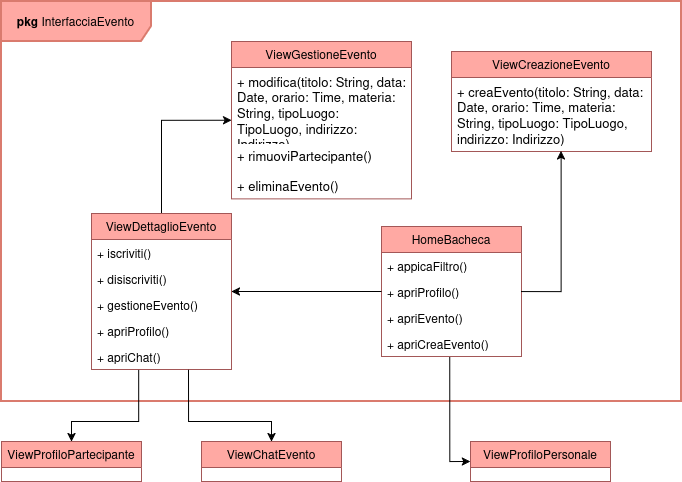
The draw.io diagram latex/images/diagramma-di-dettaglio-interfaccia-evento.png in federicoporpora/studyLink, before a commit. Source tidied: cells renumbered, new cells last; positions are measured from the earlier drawing's top-left corner, leaving out a move shared by most shapes. Its diagram source:
```xml
<mxGraphModel>
  <root>
    <mxCell id="0" />
    <mxCell id="1" parent="0" />
    <mxCell id="2" value="&lt;b&gt;pkg &lt;/b&gt;InterfacciaEvento" style="shape=umlFrame;whiteSpace=wrap;html=1;width=150;height=40;fillColor=#FFA9A3;strokeColor=#DA7B6E;strokeWidth=2;" parent="1" vertex="1">
      <mxGeometry width="680" height="400" as="geometry" />
    </mxCell>
    <mxCell id="3" value="HomeBacheca" style="swimlane;fontStyle=0;horizontal=1;startSize=26;fillColor=#FFA9A3;whiteSpace=wrap;html=1;strokeColor=#A35757;" parent="1" vertex="1">
      <mxGeometry x="380" y="225" width="140" height="130" as="geometry" />
    </mxCell>
    <mxCell id="4" value="+ appicaFiltro()" style="text;strokeColor=none;fillColor=none;align=left;verticalAlign=top;spacingLeft=4;spacingRight=4;overflow=hidden;whiteSpace=wrap;html=1;" parent="3" vertex="1">
      <mxGeometry y="26" width="140" height="26" as="geometry" />
    </mxCell>
    <mxCell id="5" value="+ apriProfilo()" style="text;strokeColor=none;fillColor=none;align=left;verticalAlign=top;spacingLeft=4;spacingRight=4;overflow=hidden;whiteSpace=wrap;html=1;" parent="3" vertex="1">
      <mxGeometry y="52" width="140" height="26" as="geometry" />
    </mxCell>
    <mxCell id="6" value="+ apriEvento()" style="text;strokeColor=none;fillColor=none;align=left;verticalAlign=top;spacingLeft=4;spacingRight=4;overflow=hidden;whiteSpace=wrap;html=1;" parent="3" vertex="1">
      <mxGeometry y="78" width="140" height="26" as="geometry" />
    </mxCell>
    <mxCell id="7" value="+ apriCreaEvento()" style="text;strokeColor=none;fillColor=none;align=left;verticalAlign=top;spacingLeft=4;spacingRight=4;overflow=hidden;points=[[0,0.5],[1,0.5]];portConstraint=eastwest;whiteSpace=wrap;html=1;" parent="3" vertex="1">
      <mxGeometry y="104" width="140" height="26" as="geometry" />
    </mxCell>
    <mxCell id="8" value="ViewCreazioneEvento" style="swimlane;fontStyle=0;horizontal=1;startSize=26;fillColor=#FFA9A3;whiteSpace=wrap;html=1;strokeColor=#A35757;" parent="1" vertex="1">
      <mxGeometry x="450" y="50" width="200" height="100" as="geometry" />
    </mxCell>
    <mxCell id="9" value="+ creaEvento(titolo: String, data: Date, orario: Time, materia: String, tipoLuogo: TipoLuogo, indirizzo: Indirizzo)" style="text;strokeColor=none;fillColor=none;align=left;verticalAlign=top;spacingLeft=4;spacingRight=4;overflow=hidden;points=[[0,0.5],[1,0.5]];portConstraint=eastwest;whiteSpace=wrap;html=1;fontColor=light-dark(#000000,#000000);fontStyle=0;fontSize=13;" parent="8" vertex="1">
      <mxGeometry y="26" width="200" height="74" as="geometry" />
    </mxCell>
    <mxCell id="10" style="edgeStyle=orthogonalEdgeStyle;rounded=0;jettySize=auto;html=1;exitX=0.5;exitY=0;exitDx=0;exitDy=0;entryX=0;entryY=0.5;entryDx=0;entryDy=0;" parent="1" edge="1" source="11" target="17">
      <mxGeometry relative="1" as="geometry" />
    </mxCell>
    <mxCell id="11" value="ViewDettaglioEvento" style="swimlane;fontStyle=0;horizontal=1;startSize=26;fillColor=#FFA9A3;whiteSpace=wrap;html=1;strokeColor=#A35757;" parent="1" vertex="1">
      <mxGeometry x="90" y="212" width="140" height="156" as="geometry" />
    </mxCell>
    <mxCell id="12" value="+ iscriviti()" style="text;strokeColor=none;fillColor=none;align=left;verticalAlign=top;spacingLeft=4;spacingRight=4;overflow=hidden;whiteSpace=wrap;html=1;" parent="11" vertex="1">
      <mxGeometry y="26" width="140" height="26" as="geometry" />
    </mxCell>
    <mxCell id="13" value="+ disiscriviti()" style="text;strokeColor=none;fillColor=none;align=left;verticalAlign=top;spacingLeft=4;spacingRight=4;overflow=hidden;whiteSpace=wrap;html=1;" parent="11" vertex="1">
      <mxGeometry y="52" width="140" height="26" as="geometry" />
    </mxCell>
    <mxCell id="14" value="+ gestioneEvento()" style="text;strokeColor=none;fillColor=none;align=left;verticalAlign=top;spacingLeft=4;spacingRight=4;overflow=hidden;whiteSpace=wrap;html=1;" parent="11" vertex="1">
      <mxGeometry y="78" width="140" height="26" as="geometry" />
    </mxCell>
    <mxCell id="15" value="+ apriProfilo()" style="text;strokeColor=none;fillColor=none;align=left;verticalAlign=top;spacingLeft=4;spacingRight=4;overflow=hidden;whiteSpace=wrap;html=1;" parent="11" vertex="1">
      <mxGeometry y="104" width="140" height="26" as="geometry" />
    </mxCell>
    <mxCell id="16" value="+ apriChat()" style="text;strokeColor=none;fillColor=none;align=left;verticalAlign=top;spacingLeft=4;spacingRight=4;overflow=hidden;points=[[0,0.5],[1,0.5]];portConstraint=eastwest;whiteSpace=wrap;html=1;" parent="11" vertex="1">
      <mxGeometry y="130" width="140" height="26" as="geometry" />
    </mxCell>
    <mxCell id="17" value="ViewGestioneEvento" style="swimlane;fontStyle=0;horizontal=1;startSize=26;fillColor=#FFA9A3;whiteSpace=wrap;html=1;strokeColor=#A35757;" parent="1" vertex="1">
      <mxGeometry x="230" y="40" width="180" height="157.4" as="geometry" />
    </mxCell>
    <mxCell id="18" value="+ modifica(titolo: String, data: Date, orario: Time, materia: String, tipoLuogo: TipoLuogo, indirizzo: Indirizzo)" style="text;strokeColor=none;fillColor=none;align=left;verticalAlign=top;spacingLeft=4;spacingRight=4;overflow=hidden;whiteSpace=wrap;html=1;fontColor=light-dark(#000000,#000000);fontStyle=0;fontSize=13;" parent="17" vertex="1">
      <mxGeometry y="26" width="180" height="74" as="geometry" />
    </mxCell>
    <mxCell id="19" value="&lt;font style=&quot;color: light-dark(rgb(0, 0, 0), rgb(0, 0, 0));&quot;&gt;&lt;span style=&quot;font-size: 13px;&quot;&gt;+ rimuoviPartecipante()&lt;/span&gt;&lt;/font&gt;" style="text;strokeColor=none;fillColor=none;align=left;verticalAlign=top;spacingLeft=4;spacingRight=4;overflow=hidden;whiteSpace=wrap;html=1;" parent="17" vertex="1">
      <mxGeometry y="100" width="180" height="30" as="geometry" />
    </mxCell>
    <mxCell id="20" value="&lt;font style=&quot;color: light-dark(rgb(0, 0, 0), rgb(0, 0, 0));&quot;&gt;&lt;span style=&quot;font-size: 13px;&quot;&gt;+ eliminaEvento()&lt;/span&gt;&lt;/font&gt;" style="text;strokeColor=none;fillColor=none;align=left;verticalAlign=top;spacingLeft=4;spacingRight=4;overflow=hidden;whiteSpace=wrap;html=1;" parent="17" vertex="1">
      <mxGeometry y="130" width="180" height="27.4" as="geometry" />
    </mxCell>
    <mxCell id="21" style="edgeStyle=orthogonalEdgeStyle;rounded=0;jettySize=auto;html=1;exitX=1;exitY=0.5;exitDx=0;exitDy=0;entryX=0.548;entryY=0.991;entryDx=0;entryDy=0;entryPerimeter=0;" parent="1" edge="1" source="3" target="9">
      <mxGeometry relative="1" as="geometry" />
    </mxCell>
    <mxCell id="22" style="edgeStyle=orthogonalEdgeStyle;rounded=0;jettySize=auto;html=1;exitX=0;exitY=0.5;exitDx=0;exitDy=0;entryX=1;entryY=0.5;entryDx=0;entryDy=0;" parent="1" edge="1" source="3" target="11">
      <mxGeometry relative="1" as="geometry" />
    </mxCell>
    <mxCell id="23" value="ViewProfiloPersonale" style="swimlane;fontStyle=0;horizontal=1;startSize=26;fillColor=#FFA9A3;whiteSpace=wrap;html=1;strokeColor=#A35757;" parent="1" vertex="1">
      <mxGeometry x="469" y="440" width="140" height="40" as="geometry" />
    </mxCell>
    <mxCell id="24" value="ViewProfiloPartecipante" style="swimlane;fontStyle=0;horizontal=1;startSize=26;fillColor=#FFA9A3;whiteSpace=wrap;html=1;strokeColor=#A35757;" parent="1" vertex="1">
      <mxGeometry y="440" width="140" height="40" as="geometry" />
    </mxCell>
    <mxCell id="25" style="edgeStyle=orthogonalEdgeStyle;rounded=0;jettySize=auto;html=1;exitX=0.5;exitY=0;exitDx=0;exitDy=0;startArrow=classic;startFill=1;endArrow=none;endFill=0;entryX=0.337;entryY=1.012;entryDx=0;entryDy=0;entryPerimeter=0;" parent="1" edge="1" source="24" target="16">
      <mxGeometry relative="1" as="geometry">
        <Array as="points">
          <mxPoint x="70" y="420" />
          <mxPoint x="137" y="420" />
        </Array>
      </mxGeometry>
    </mxCell>
    <mxCell id="26" style="edgeStyle=orthogonalEdgeStyle;rounded=0;jettySize=auto;html=1;exitX=0;exitY=0.5;exitDx=0;exitDy=0;endArrow=none;endFill=0;startArrow=classic;startFill=1;entryX=0.487;entryY=1.019;entryDx=0;entryDy=0;entryPerimeter=0;" parent="1" edge="1" source="23" target="7">
      <mxGeometry relative="1" as="geometry" />
    </mxCell>
    <mxCell id="27" value="ViewChatEvento" style="swimlane;fontStyle=0;horizontal=1;startSize=26;fillColor=#FFA9A3;whiteSpace=wrap;html=1;strokeColor=#A35757;" parent="1" vertex="1">
      <mxGeometry x="200" y="440" width="140" height="40" as="geometry" />
    </mxCell>
    <mxCell id="28" style="edgeStyle=orthogonalEdgeStyle;rounded=0;jettySize=auto;html=1;exitX=0.5;exitY=0;exitDx=0;exitDy=0;entryX=0.693;entryY=1.012;entryDx=0;entryDy=0;entryPerimeter=0;endArrow=none;endFill=0;startArrow=classic;startFill=1;" parent="1" edge="1" source="27" target="16">
      <mxGeometry relative="1" as="geometry">
        <Array as="points">
          <mxPoint x="270" y="420" />
          <mxPoint x="187" y="420" />
        </Array>
      </mxGeometry>
    </mxCell>
  </root>
</mxGraphModel>
```
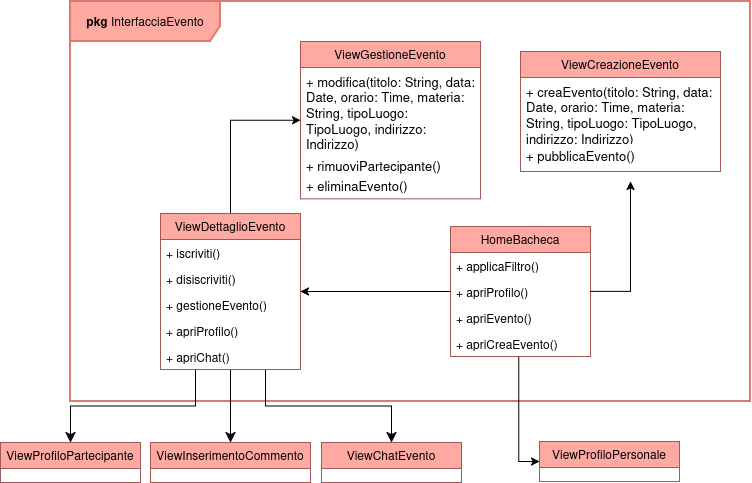
After the change.

What changed in the source:
```diff
@@ -8,7 +8,7 @@
     <mxCell id="3" value="HomeBacheca" style="swimlane;fontStyle=0;horizontal=1;startSize=26;fillColor=#FFA9A3;whiteSpace=wrap;html=1;strokeColor=#A35757;" parent="1" vertex="1">
       <mxGeometry x="380" y="225" width="140" height="130" as="geometry" />
     </mxCell>
-    <mxCell id="4" value="+ appicaFiltro()" style="text;strokeColor=none;fillColor=none;align=left;verticalAlign=top;spacingLeft=4;spacingRight=4;overflow=hidden;whiteSpace=wrap;html=1;" parent="3" vertex="1">
+    <mxCell id="4" value="+ applicaFiltro()" style="text;strokeColor=none;fillColor=none;align=left;verticalAlign=top;spacingLeft=4;spacingRight=4;overflow=hidden;whiteSpace=wrap;html=1;" parent="3" vertex="1">
       <mxGeometry y="26" width="140" height="26" as="geometry" />
     </mxCell>
     <mxCell id="5" value="+ apriProfilo()" style="text;strokeColor=none;fillColor=none;align=left;verticalAlign=top;spacingLeft=4;spacingRight=4;overflow=hidden;whiteSpace=wrap;html=1;" parent="3" vertex="1">
@@ -21,14 +21,26 @@
       <mxGeometry y="104" width="140" height="26" as="geometry" />
     </mxCell>
     <mxCell id="8" value="ViewCreazioneEvento" style="swimlane;fontStyle=0;horizontal=1;startSize=26;fillColor=#FFA9A3;whiteSpace=wrap;html=1;strokeColor=#A35757;" parent="1" vertex="1">
-      <mxGeometry x="450" y="50" width="200" height="100" as="geometry" />
+      <mxGeometry x="450" y="50" width="200" height="120" as="geometry" />
     </mxCell>
     <mxCell id="9" value="+ creaEvento(titolo: String, data: Date, orario: Time, materia: String, tipoLuogo: TipoLuogo, indirizzo: Indirizzo)" style="text;strokeColor=none;fillColor=none;align=left;verticalAlign=top;spacingLeft=4;spacingRight=4;overflow=hidden;points=[[0,0.5],[1,0.5]];portConstraint=eastwest;whiteSpace=wrap;html=1;fontColor=light-dark(#000000,#000000);fontStyle=0;fontSize=13;" parent="8" vertex="1">
-      <mxGeometry y="26" width="200" height="74" as="geometry" />
+      <mxGeometry y="26" width="200" height="64" as="geometry" />
     </mxCell>
+    <mxCell id="29" value="&lt;font style=&quot;font-size: 13px;&quot;&gt;+ pubblicaEvento()&lt;/font&gt;" style="text;strokeColor=none;fillColor=none;align=left;verticalAlign=top;spacingLeft=4;spacingRight=4;overflow=hidden;whiteSpace=wrap;html=1;" parent="8" vertex="1">
+      <mxGeometry y="90" width="200" height="30" as="geometry" />
+    </mxCell>
     <mxCell id="10" style="edgeStyle=orthogonalEdgeStyle;rounded=0;jettySize=auto;html=1;exitX=0.5;exitY=0;exitDx=0;exitDy=0;entryX=0;entryY=0.5;entryDx=0;entryDy=0;" parent="1" edge="1" source="11" target="17">
       <mxGeometry relative="1" as="geometry" />
     </mxCell>
+    <mxCell id="30" style="edgeStyle=orthogonalEdgeStyle;rounded=0;jettySize=auto;html=1;exitX=0.5;exitY=1;exitDx=0;exitDy=0;fontSize=12;startSize=8;endSize=8;" parent="1" edge="1" source="11" target="33">
+      <mxGeometry relative="1" as="geometry" />
+    </mxCell>
+    <mxCell id="31" style="edgeStyle=orthogonalEdgeStyle;rounded=0;jettySize=auto;html=1;exitX=0.75;exitY=1;exitDx=0;exitDy=0;fontSize=12;startSize=8;endSize=8;" parent="1" edge="1" source="11" target="27">
+      <mxGeometry relative="1" as="geometry" />
+    </mxCell>
+    <mxCell id="32" style="edgeStyle=orthogonalEdgeStyle;rounded=0;jettySize=auto;html=1;exitX=0.25;exitY=1;exitDx=0;exitDy=0;fontSize=12;startSize=8;endSize=8;" parent="1" edge="1" source="11" target="24">
+      <mxGeometry relative="1" as="geometry" />
+    </mxCell>
     <mxCell id="11" value="ViewDettaglioEvento" style="swimlane;fontStyle=0;horizontal=1;startSize=26;fillColor=#FFA9A3;whiteSpace=wrap;html=1;strokeColor=#A35757;" parent="1" vertex="1">
       <mxGeometry x="90" y="212" width="140" height="156" as="geometry" />
     </mxCell>
@@ -51,16 +63,18 @@
       <mxGeometry x="230" y="40" width="180" height="157.4" as="geometry" />
     </mxCell>
     <mxCell id="18" value="+ modifica(titolo: String, data: Date, orario: Time, materia: String, tipoLuogo: TipoLuogo, indirizzo: Indirizzo)" style="text;strokeColor=none;fillColor=none;align=left;verticalAlign=top;spacingLeft=4;spacingRight=4;overflow=hidden;whiteSpace=wrap;html=1;fontColor=light-dark(#000000,#000000);fontStyle=0;fontSize=13;" parent="17" vertex="1">
-      <mxGeometry y="26" width="180" height="74" as="geometry" />
+      <mxGeometry y="26" width="180" height="84" as="geometry" />
     </mxCell>
     <mxCell id="19" value="&lt;font style=&quot;color: light-dark(rgb(0, 0, 0), rgb(0, 0, 0));&quot;&gt;&lt;span style=&quot;font-size: 13px;&quot;&gt;+ rimuoviPartecipante()&lt;/span&gt;&lt;/font&gt;" style="text;strokeColor=none;fillColor=none;align=left;verticalAlign=top;spacingLeft=4;spacingRight=4;overflow=hidden;whiteSpace=wrap;html=1;" parent="17" vertex="1">
-      <mxGeometry y="100" width="180" height="30" as="geometry" />
+      <mxGeometry y="110" width="180" height="20" as="geometry" />
     </mxCell>
     <mxCell id="20" value="&lt;font style=&quot;color: light-dark(rgb(0, 0, 0), rgb(0, 0, 0));&quot;&gt;&lt;span style=&quot;font-size: 13px;&quot;&gt;+ eliminaEvento()&lt;/span&gt;&lt;/font&gt;" style="text;strokeColor=none;fillColor=none;align=left;verticalAlign=top;spacingLeft=4;spacingRight=4;overflow=hidden;whiteSpace=wrap;html=1;" parent="17" vertex="1">
       <mxGeometry y="130" width="180" height="27.4" as="geometry" />
     </mxCell>
-    <mxCell id="21" style="edgeStyle=orthogonalEdgeStyle;rounded=0;jettySize=auto;html=1;exitX=1;exitY=0.5;exitDx=0;exitDy=0;entryX=0.548;entryY=0.991;entryDx=0;entryDy=0;entryPerimeter=0;" parent="1" edge="1" source="3" target="9">
-      <mxGeometry relative="1" as="geometry" />
+    <mxCell id="21" style="edgeStyle=orthogonalEdgeStyle;rounded=0;jettySize=auto;html=1;exitX=1;exitY=0.5;exitDx=0;exitDy=0;" parent="1" edge="1" source="3">
+      <mxGeometry relative="1" as="geometry">
+        <mxPoint x="560" y="180" as="targetPoint" />
+      </mxGeometry>
     </mxCell>
     <mxCell id="22" style="edgeStyle=orthogonalEdgeStyle;rounded=0;jettySize=auto;html=1;exitX=0;exitY=0.5;exitDx=0;exitDy=0;entryX=1;entryY=0.5;entryDx=0;entryDy=0;" parent="1" edge="1" source="3" target="11">
       <mxGeometry relative="1" as="geometry" />
@@ -69,29 +83,16 @@
       <mxGeometry x="469" y="440" width="140" height="40" as="geometry" />
     </mxCell>
     <mxCell id="24" value="ViewProfiloPartecipante" style="swimlane;fontStyle=0;horizontal=1;startSize=26;fillColor=#FFA9A3;whiteSpace=wrap;html=1;strokeColor=#A35757;" parent="1" vertex="1">
-      <mxGeometry y="440" width="140" height="40" as="geometry" />
+      <mxGeometry x="-70" y="441" width="140" height="40" as="geometry" />
     </mxCell>
-    <mxCell id="25" style="edgeStyle=orthogonalEdgeStyle;rounded=0;jettySize=auto;html=1;exitX=0.5;exitY=0;exitDx=0;exitDy=0;startArrow=classic;startFill=1;endArrow=none;endFill=0;entryX=0.337;entryY=1.012;entryDx=0;entryDy=0;entryPerimeter=0;" parent="1" edge="1" source="24" target="16">
-      <mxGeometry relative="1" as="geometry">
-        <Array as="points">
-          <mxPoint x="70" y="420" />
-          <mxPoint x="137" y="420" />
-        </Array>
-      </mxGeometry>
-    </mxCell>
     <mxCell id="26" style="edgeStyle=orthogonalEdgeStyle;rounded=0;jettySize=auto;html=1;exitX=0;exitY=0.5;exitDx=0;exitDy=0;endArrow=none;endFill=0;startArrow=classic;startFill=1;entryX=0.487;entryY=1.019;entryDx=0;entryDy=0;entryPerimeter=0;" parent="1" edge="1" source="23" target="7">
       <mxGeometry relative="1" as="geometry" />
     </mxCell>
     <mxCell id="27" value="ViewChatEvento" style="swimlane;fontStyle=0;horizontal=1;startSize=26;fillColor=#FFA9A3;whiteSpace=wrap;html=1;strokeColor=#A35757;" parent="1" vertex="1">
-      <mxGeometry x="200" y="440" width="140" height="40" as="geometry" />
+      <mxGeometry x="251" y="441" width="140" height="40" as="geometry" />
     </mxCell>
-    <mxCell id="28" style="edgeStyle=orthogonalEdgeStyle;rounded=0;jettySize=auto;html=1;exitX=0.5;exitY=0;exitDx=0;exitDy=0;entryX=0.693;entryY=1.012;entryDx=0;entryDy=0;entryPerimeter=0;endArrow=none;endFill=0;startArrow=classic;startFill=1;" parent="1" edge="1" source="27" target="16">
-      <mxGeometry relative="1" as="geometry">
-        <Array as="points">
-          <mxPoint x="270" y="420" />
-          <mxPoint x="187" y="420" />
-        </Array>
-      </mxGeometry>
-    </mxCell>
+    <mxCell id="33" value="ViewInserimentoCommento" style="swimlane;fontStyle=0;horizontal=1;startSize=26;fillColor=#FFA9A3;whiteSpace=wrap;html=1;strokeColor=#A35757;" parent="1" vertex="1">
+      <mxGeometry x="80" y="441" width="160" height="40" as="geometry" />
+    </mxCell>
   </root>
 </mxGraphModel>
```
